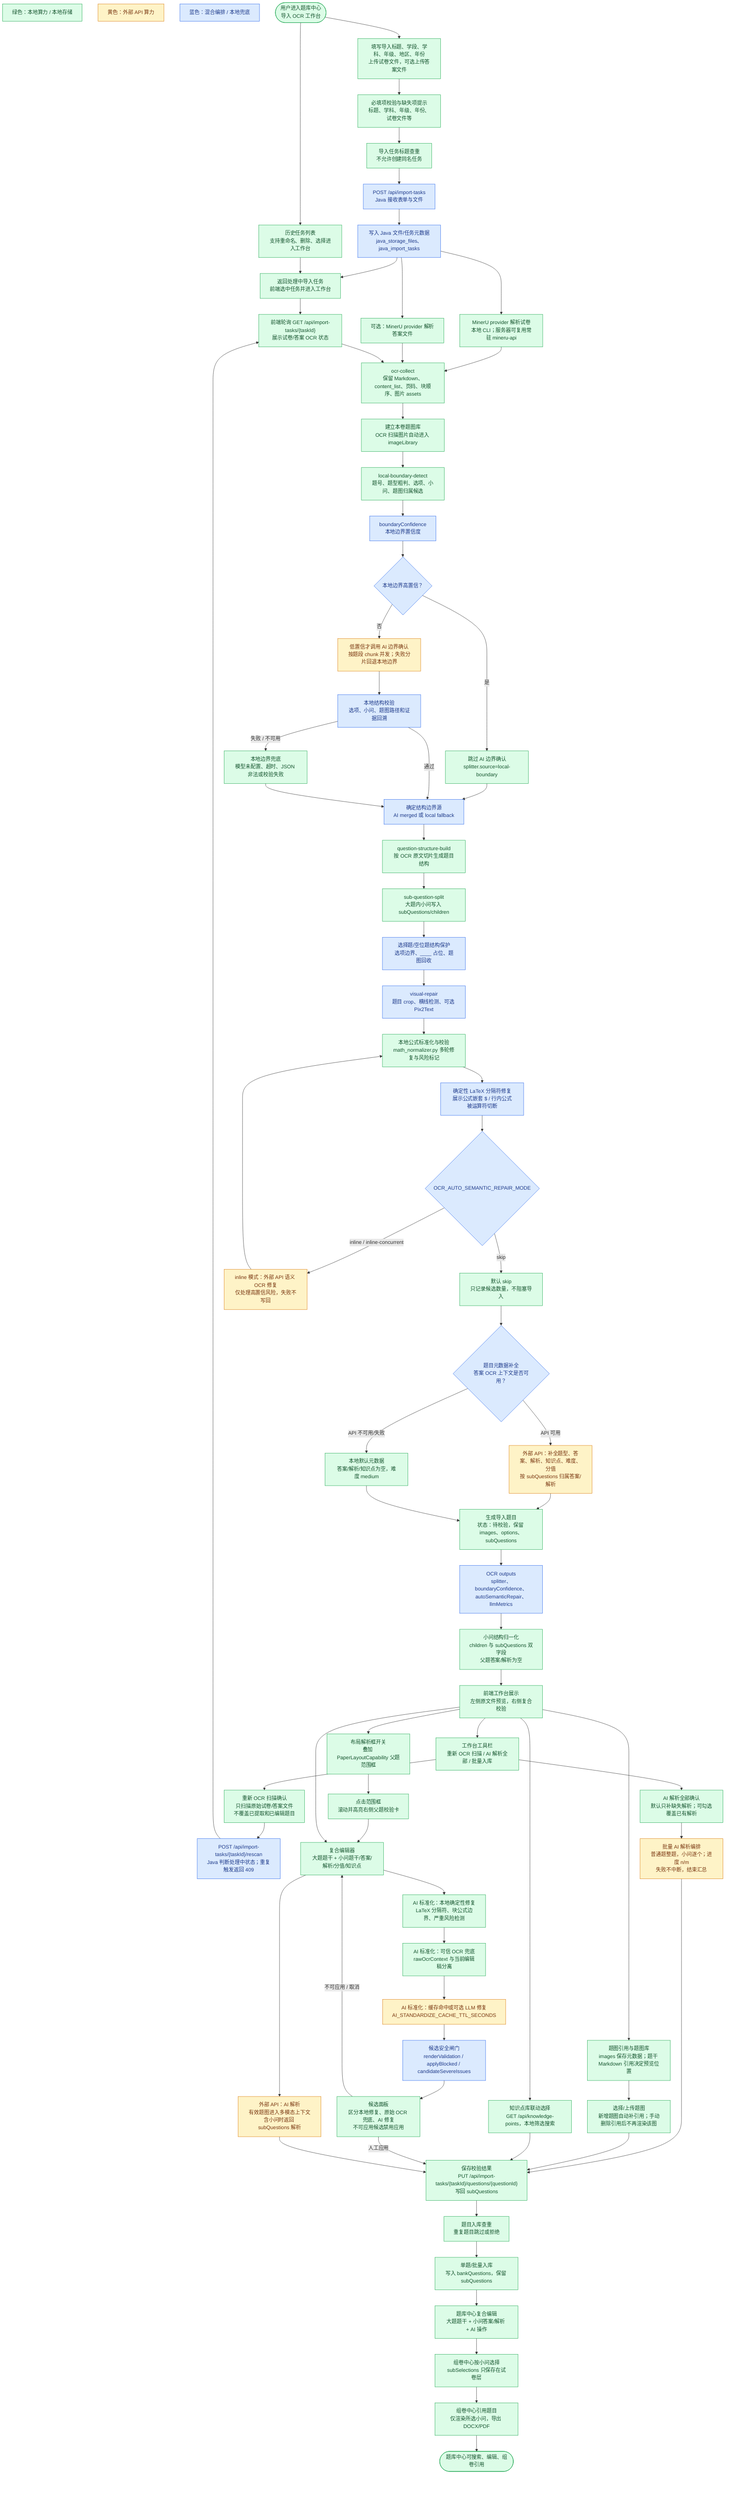
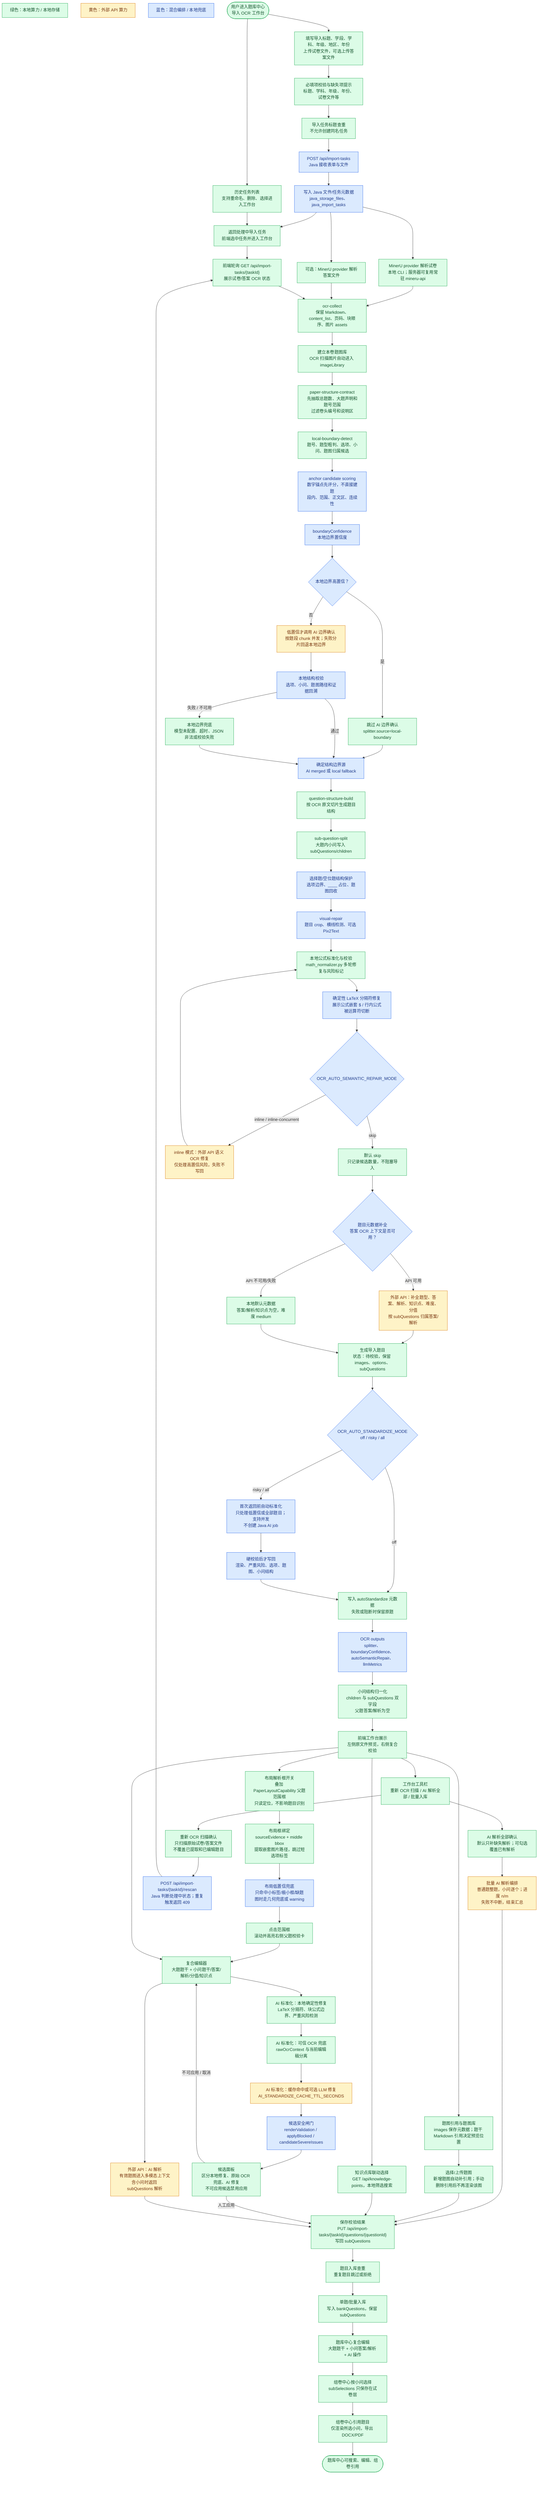
- %% Version: 2026-07-09 / product v14 / PaperLayoutCapability
+ %% Version: 2026-07-10 / product v15 / StructureContract + PaperLayoutIsolation
%% Status: current-primary
- %% Scope: import OCR workbench UX, task lifecycle, rescan, batch AI analysis, and manual review.
+ %% Scope: import OCR workbench UX, task lifecycle, structure-contract extraction, first-return auto standardization, layout overlay isolation, rescan, batch AI analysis, and manual review.
flowchart TD
  LegendLocal["绿色：本地算力 / 本地存储"]:::local
  LegendExternal["黄色：外部 API 算力"]:::external
  LegendMixed["蓝色：混合编排 / 本地兜底"]:::mixed

  Start(["用户进入题库中心<br/>导入 OCR 工作台"]):::local
  Create["填写导入标题、学段、学科、年级、地区、年份<br/>上传试卷文件，可选上传答案文件"]:::local
  Required["必填项校验与缺失项提示<br/>标题、学科、年级、年份、试卷文件等"]:::local
  NameDedup["导入任务标题查重<br/>不允许创建同名任务"]:::local
  Post["POST /api/import-tasks<br/>Java 接收表单与文件"]:::mixed
  Persist["写入 Java 文件/任务元数据<br/>java_storage_files、java_import_tasks"]:::mixed
  ReturnTask["返回处理中导入任务<br/>前端选中任务并进入工作台"]:::local
  TaskManage["历史任务列表<br/>支持重命名、删除、选择进入工作台"]:::local

  PaperOcr["MinerU provider 解析试卷<br/>本地 CLI；服务器可复用常驻 mineru-api"]:::local
  AnswerOcr["可选：MinerU provider 解析答案文件"]:::local
  Poll["前端轮询 GET /api/import-tasks/{taskId}<br/>展示试卷/答案 OCR 状态"]:::local
  Collect["ocr-collect<br/>保留 Markdown、content_list、页码、块顺序、图片 assets"]:::local
  ImageLibrary["建立本卷题图库<br/>OCR 扫描图片自动进入 imageLibrary"]:::local

+   StructureContract["paper-structure-contract<br/>先抽取总题数、大题声明和题号范围<br/>过滤卷头编号和说明区"]:::local
  LocalBoundary["local-boundary-detect<br/>题号、题型粗判、选项、小问、题图归属候选"]:::local
+   AnchorCandidate["anchor candidate scoring<br/>数字锚点先评分，不直接建题<br/>段内、范围、正文区、连续性"]:::mixed
  BoundaryConfidence["boundaryConfidence<br/>本地边界置信度"]:::mixed
  BoundaryHigh{"本地边界高置信？"}:::mixed
  BoundarySkip["跳过 AI 边界确认<br/>splitter.source=local-boundary"]:::local
  LlmBoundary["低置信才调用 AI 边界确认<br/>按题段 chunk 并发；失败分片回退本地边界"]:::external
  BoundaryValidate["本地结构校验<br/>选项、小问、题图路径和证据回溯"]:::mixed
  BoundaryFallback["本地边界兜底<br/>模型未配置、超时、JSON 非法或校验失败"]:::local
  BoundarySource["确定结构边界源<br/>AI merged 或 local fallback"]:::mixed

  BuildStructure["question-structure-build<br/>按 OCR 原文切片生成题目结构"]:::local
  SubQuestionSplit["sub-question-split<br/>大题内小问写入 subQuestions/children"]:::local
  ChoiceBlankProtect["选择题/空位题结构保护<br/>选项边界、____ 占位、题图回收"]:::mixed
  VisualRepair["visual-repair<br/>题目 crop、横线检测、可选 Pix2Text"]:::mixed
  MathNormalize["本地公式标准化与校验<br/>math_normalizer.py 多轮修复与风险标记"]:::local
  LatexDelimiter["确定性 LaTeX 分隔符修复<br/>展示公式嵌套 $ / 行内公式被运算符切断"]:::mixed
  AutoSemanticMode{"OCR_AUTO_SEMANTIC_REPAIR_MODE"}:::mixed
  AutoSemanticSkip["默认 skip<br/>只记录候选数量，不阻塞导入"]:::local
  SemanticApi["inline 模式：外部 API 语义 OCR 修复<br/>仅处理高置信风险，失败不写回"]:::external

  MetadataFlow{"题目元数据补全<br/>答案 OCR 上下文是否可用？"}:::mixed
  MetadataApi["外部 API：补全题型、答案、解析、知识点、难度、分值<br/>按 subQuestions 归属答案/解析"]:::external
  MetadataFallback["本地默认元数据<br/>答案/解析/知识点为空，难度 medium"]:::local

  BuildImport["生成导入题目<br/>状态：待校验，保留 images、options、subQuestions"]:::local
+   AutoStdMode{"OCR_AUTO_STANDARDIZE_MODE<br/>off / risky / all"}:::mixed
+   AutoStdRun["首次返回前自动标准化<br/>只处理低置信或全部题目；支持并发<br/>不创建 Java AI job"]:::mixed
+   AutoStdGate["硬校验后才写回<br/>渲染、严重风险、选项、题图、小问结构"]:::mixed
+   AutoStdMeta["写入 autoStandardize 元数据<br/>失败或阻断时保留原题"]:::local
  OcrOutputs["OCR outputs<br/>splitter、boundaryConfidence、autoSemanticRepair、llmMetrics"]:::mixed
  SubQuestionNormalize["小问结构归一化<br/>children 与 subQuestions 双字段<br/>父题答案/解析为空"]:::local
  Workbench["前端工作台展示<br/>左侧原文件预览，右侧复合校验"]:::local
-   LayoutToggle["布局解析框开关<br/>叠加 PaperLayoutCapability 父题范围框"]:::local
+   LayoutToggle["布局解析框开关<br/>叠加 PaperLayoutCapability 父题范围框<br/>只读定位，不影响题目识别"]:::local
+   LayoutBind["布局框绑定<br/>sourceEvidence + middle bbox<br/>提取嵌套图片路径，跳过短选项标签"]:::local
+   LayoutFallback["布局低置信兜底<br/>只命中小标签/极小框/缺题图时走几何兜底或 warning"]:::mixed
  LayoutClick["点击范围框<br/>滚动并高亮右侧父题校验卡"]:::local
  Toolbar["工作台工具栏<br/>重新 OCR 扫描 / AI 解析全部 / 批量入库"]:::local
  RescanConfirm["重新 OCR 扫描确认<br/>只扫描原始试卷/答案文件<br/>不覆盖已提取和已编辑题目"]:::local
  RescanApi["POST /api/import-tasks/{taskId}/rescan<br/>Java 判断处理中状态；重复触发返回 409"]:::mixed
  BatchAiConfirm["AI 解析全部确认<br/>默认只补缺失解析；可勾选覆盖已有解析"]:::local
  BatchAiLoop["批量 AI 解析编排<br/>普通题整题，小问逐个；进度 n/m<br/>失败不中断，结束汇总"]:::external
  FigureRefs["题图引用与题图库<br/>images 保存元数据；题干 Markdown 引用决定预览位置"]:::local
  ImportImages["选择/上传题图<br/>新增题图自动补引用；手动删除引用后不再渲染该图"]:::local
  KnowledgePick["知识点库联动选择<br/>GET /api/knowledge-points，本地筛选搜索"]:::local
  ManualEdit["复合编辑器<br/>大题题干 + 小问题干/答案/解析/分值/知识点"]:::local

  StdLocal["AI 标准化：本地确定性修复<br/>LaTeX 分隔符、块公式边界、严重风险检测"]:::local
  StdOcr["AI 标准化：可信 OCR 兜底<br/>rawOcrContext 与当前编辑稿分离"]:::local
  StdLlm["AI 标准化：缓存命中或可选 LLM 修复<br/>AI_STANDARDIZE_CACHE_TTL_SECONDS"]:::external
  StdGate["候选安全闸门<br/>renderValidation / applyBlocked / candidateSevereIssues"]:::mixed
  CandidatePanel["候选面板<br/>区分本地修复、原始 OCR 兜底、AI 修复<br/>不可应用候选禁用应用"]:::local
  AiAnalysis["外部 API：AI 解析<br/>有效题图进入多模态上下文<br/>含小问时返回 subQuestions 解析"]:::external
  SaveReview["保存校验结果<br/>PUT /api/import-tasks/{taskId}/questions/{questionId}<br/>写回 subQuestions"]:::local
  BankDedup["题目入库查重<br/>重复题目跳过或拒绝"]:::local
  Bank["单题/批量入库<br/>写入 bankQuestions，保留 subQuestions"]:::local
  BankEdit["题库中心复合编辑<br/>大题题干 + 小问答案/解析 + AI 操作"]:::local
  PaperSubSelect["组卷中心按小问选择<br/>subSelections 只保存在试卷层"]:::local
  PaperExport["组卷中心引用题目<br/>仅渲染所选小问，导出 DOCX/PDF"]:::local
  End(["题库中心可搜索、编辑、组卷引用"]):::local

  Start --> Create --> Required --> NameDedup --> Post --> Persist --> ReturnTask
  Start --> TaskManage --> ReturnTask
  Persist --> PaperOcr
  Persist --> AnswerOcr
  ReturnTask --> Poll
  PaperOcr --> Collect
  AnswerOcr --> Collect
  Poll --> Collect
-   Collect --> ImageLibrary --> LocalBoundary --> BoundaryConfidence --> BoundaryHigh
+   Collect --> ImageLibrary --> StructureContract --> LocalBoundary --> AnchorCandidate --> BoundaryConfidence --> BoundaryHigh
  BoundaryHigh -- "是" --> BoundarySkip --> BoundarySource
  BoundaryHigh -- "否" --> LlmBoundary --> BoundaryValidate
  BoundaryValidate -- "通过" --> BoundarySource
  BoundaryValidate -- "失败 / 不可用" --> BoundaryFallback --> BoundarySource
  BoundarySource --> BuildStructure --> SubQuestionSplit --> ChoiceBlankProtect --> VisualRepair --> MathNormalize
  MathNormalize --> LatexDelimiter --> AutoSemanticMode
  AutoSemanticMode -- "skip" --> AutoSemanticSkip --> MetadataFlow
  AutoSemanticMode -- "inline / inline-concurrent" --> SemanticApi --> MathNormalize
  MetadataFlow -- "API 可用" --> MetadataApi --> BuildImport
  MetadataFlow -- "API 不可用/失败" --> MetadataFallback --> BuildImport
-   BuildImport --> OcrOutputs --> SubQuestionNormalize --> Workbench
-   Workbench --> LayoutToggle --> LayoutClick --> ManualEdit
+   BuildImport --> AutoStdMode
+   AutoStdMode -- "off" --> AutoStdMeta
+   AutoStdMode -- "risky / all" --> AutoStdRun --> AutoStdGate --> AutoStdMeta
+   AutoStdMeta --> OcrOutputs --> SubQuestionNormalize --> Workbench
+   Workbench --> LayoutToggle --> LayoutBind --> LayoutFallback --> LayoutClick --> ManualEdit
  Workbench --> Toolbar
  Toolbar --> RescanConfirm --> RescanApi --> Poll
  Toolbar --> BatchAiConfirm --> BatchAiLoop --> SaveReview
  Workbench --> FigureRefs --> ImportImages --> SaveReview
  Workbench --> KnowledgePick --> SaveReview
  Workbench --> ManualEdit
  ManualEdit --> StdLocal --> StdOcr --> StdLlm --> StdGate --> CandidatePanel
  CandidatePanel -- "人工应用" --> SaveReview
  CandidatePanel -- "不可应用 / 取消" --> ManualEdit
  ManualEdit --> AiAnalysis --> SaveReview
  SaveReview --> BankDedup --> Bank --> BankEdit --> PaperSubSelect --> PaperExport --> End

  classDef local fill:#dcfce7,stroke:#16a34a,color:#14532d,stroke-width:1px;
  classDef external fill:#fef3c7,stroke:#d97706,color:#78350f,stroke-width:1px;
  classDef mixed fill:#dbeafe,stroke:#2563eb,color:#1e3a8a,stroke-width:1px;
